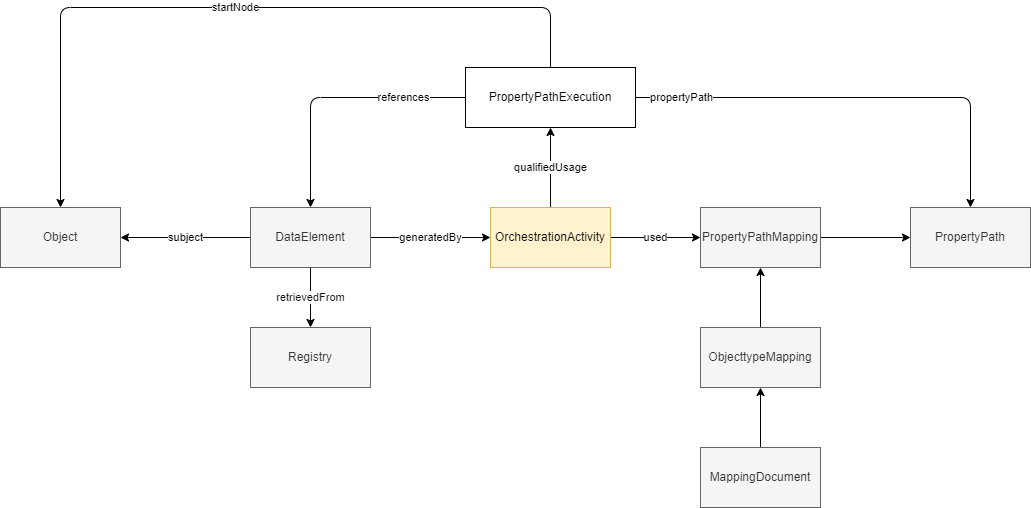
Geonovum/IMX-LineageModel keeps this draw.io diagram as media/level4.1.png. Above is the earlier version. Source tidied: cells renumbered, new cells last; positions are measured from the earlier drawing's top-left corner, leaving out a move shared by most shapes.
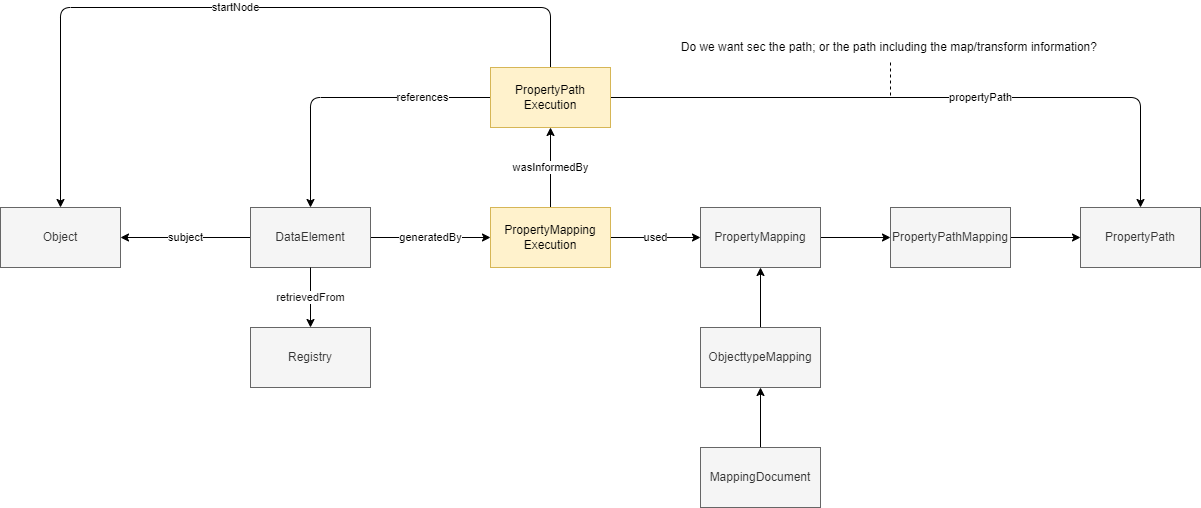
The same file after the commit.

Diff of the diagram source:
```diff
@@ -11,13 +11,13 @@
     <mxCell id="4" value="Gegeven" style="rounded=0;whiteSpace=wrap;html=1;" parent="1" vertex="1">
       <mxGeometry x="250" y="200" width="120" height="60" as="geometry" />
     </mxCell>
-    <mxCell id="5" value="qualifiedUsage" style="edgeStyle=none;html=1;" parent="1" edge="1" source="7" target="21">
+    <mxCell id="5" value="wasInformedBy" style="edgeStyle=none;html=1;" parent="1" edge="1" source="7" target="21">
       <mxGeometry relative="1" as="geometry" />
     </mxCell>
-    <mxCell id="6" value="used" style="edgeStyle=none;html=1;" parent="1" edge="1" source="7" target="14">
+    <mxCell id="6" value="used" style="edgeStyle=none;html=1;entryX=0;entryY=0.5;entryDx=0;entryDy=0;" parent="1" edge="1" source="7" target="25">
       <mxGeometry relative="1" as="geometry" />
     </mxCell>
-    <mxCell id="7" value="OrchestrationActivity" style="rounded=0;whiteSpace=wrap;html=1;fillColor=#fff2cc;strokeColor=#d6b656;" parent="1" vertex="1">
+    <mxCell id="7" value="PropertyMapping&lt;br&gt;Execution" style="rounded=0;whiteSpace=wrap;html=1;fillColor=#fff2cc;strokeColor=#d6b656;" parent="1" vertex="1">
       <mxGeometry x="490" y="200" width="120" height="60" as="geometry" />
     </mxCell>
     <mxCell id="8" value="Object" style="rounded=0;whiteSpace=wrap;html=1;" parent="1" vertex="1">
@@ -39,23 +39,22 @@
       <mxGeometry relative="1" as="geometry" />
     </mxCell>
     <mxCell id="14" value="PropertyPathMapping" style="rounded=0;whiteSpace=wrap;html=1;fillColor=#f5f5f5;fontColor=#333333;strokeColor=#666666;" parent="1" vertex="1">
-      <mxGeometry x="700" y="200" width="120" height="60" as="geometry" />
+      <mxGeometry x="890" y="200" width="120" height="60" as="geometry" />
     </mxCell>
     <mxCell id="15" value="PropertyPath" style="rounded=0;whiteSpace=wrap;html=1;fillColor=#f5f5f5;fontColor=#333333;strokeColor=#666666;" parent="1" vertex="1">
-      <mxGeometry x="910" y="200" width="120" height="60" as="geometry" />
+      <mxGeometry x="1080" y="200" width="120" height="60" as="geometry" />
     </mxCell>
-    <mxCell id="16" style="edgeStyle=none;html=1;" parent="1" edge="1" source="17" target="14">
+    <mxCell id="16" style="edgeStyle=none;html=1;entryX=0.5;entryY=1;entryDx=0;entryDy=0;" parent="1" edge="1" source="17" target="25">
       <mxGeometry relative="1" as="geometry" />
     </mxCell>
     <mxCell id="17" value="ObjecttypeMapping" style="rounded=0;whiteSpace=wrap;html=1;fillColor=#f5f5f5;fontColor=#333333;strokeColor=#666666;" parent="1" vertex="1">
       <mxGeometry x="700" y="320" width="120" height="60" as="geometry" />
     </mxCell>
-    <mxCell id="18" value="propertyPath" style="edgeStyle=none;html=1;" parent="1" edge="1" source="21" target="15">
-      <mxGeometry x="-0.8" relative="1" as="geometry">
+    <mxCell id="18" value="propertyPath" style="edgeStyle=none;html=1;entryX=0.5;entryY=0;entryDx=0;entryDy=0;" parent="1" edge="1" source="21" target="15">
+      <mxGeometry x="0.15" relative="1" as="geometry">
         <Array as="points">
-          <mxPoint x="970" y="90" />
+          <mxPoint x="1140" y="90" />
         </Array>
-        <mxPoint x="1" as="offset" />
       </mxGeometry>
     </mxCell>
     <mxCell id="19" value="references" style="edgeStyle=none;html=1;startArrow=none;" parent="1" edge="1" source="21" target="10">
@@ -74,8 +73,8 @@
         </Array>
       </mxGeometry>
     </mxCell>
-    <mxCell id="21" value="PropertyPathExecution" style="whiteSpace=wrap;html=1;" parent="1" vertex="1">
-      <mxGeometry x="465" y="60" width="170" height="60" as="geometry" />
+    <mxCell id="21" value="PropertyPath&lt;br&gt;Execution" style="whiteSpace=wrap;html=1;fillColor=#fff2cc;strokeColor=#d6b656;" parent="1" vertex="1">
+      <mxGeometry x="490" y="60" width="120" height="60" as="geometry" />
     </mxCell>
     <mxCell id="22" value="retrievedFrom" style="edgeStyle=none;html=1;fontColor=#121111;" parent="1" edge="1" source="10" target="23">
       <mxGeometry relative="1" as="geometry" />
@@ -83,5 +82,19 @@
     <mxCell id="23" value="Registry" style="rounded=0;whiteSpace=wrap;html=1;fillColor=#f5f5f5;fontColor=#333333;strokeColor=#666666;" parent="1" vertex="1">
       <mxGeometry x="250" y="320" width="120" height="60" as="geometry" />
     </mxCell>
+    <mxCell id="24" style="edgeStyle=none;html=1;" parent="1" edge="1" source="25" target="14">
+      <mxGeometry relative="1" as="geometry" />
+    </mxCell>
+    <mxCell id="25" value="PropertyMapping" style="rounded=0;whiteSpace=wrap;html=1;fillColor=#f5f5f5;fontColor=#333333;strokeColor=#666666;" parent="1" vertex="1">
+      <mxGeometry x="700" y="200" width="120" height="60" as="geometry" />
+    </mxCell>
+    <mxCell id="26" style="edgeStyle=none;html=1;endArrow=none;endFill=0;dashed=1;" parent="1" edge="1" source="27">
+      <mxGeometry relative="1" as="geometry">
+        <mxPoint x="890" y="90" as="targetPoint" />
+      </mxGeometry>
+    </mxCell>
+    <mxCell id="27" value="Do we want sec the path; or the path including the map/transform information?&amp;nbsp;" style="text;html=1;align=center;verticalAlign=middle;points=[];strokeColor=none;fillColor=none;" parent="1" vertex="1">
+      <mxGeometry x="670" y="25" width="440" height="30" as="geometry" />
+    </mxCell>
   </root>
 </mxGraphModel>
```
